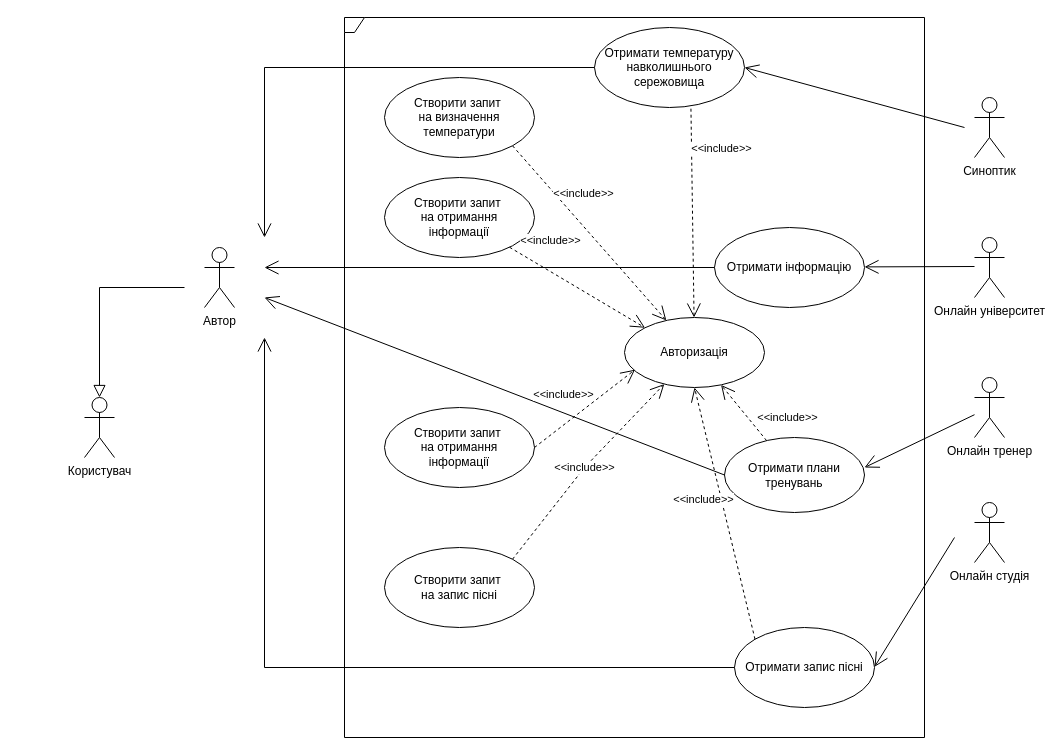
Before: 1.3-SoftwareUserRequirements/1.3.3-UseCaseDiagram/UseCase.drawio in oleksandrblazhko/ai204-kuminov, a draw.io diagram. Source tidied: cells renumbered, new cells numbered last; positions are measured from the earlier drawing's top-left corner, leaving out a move shared by most shapes. Both pictures are drawn from the tidied source at 100%, with x=0, y=0 at pixel (84, 17).
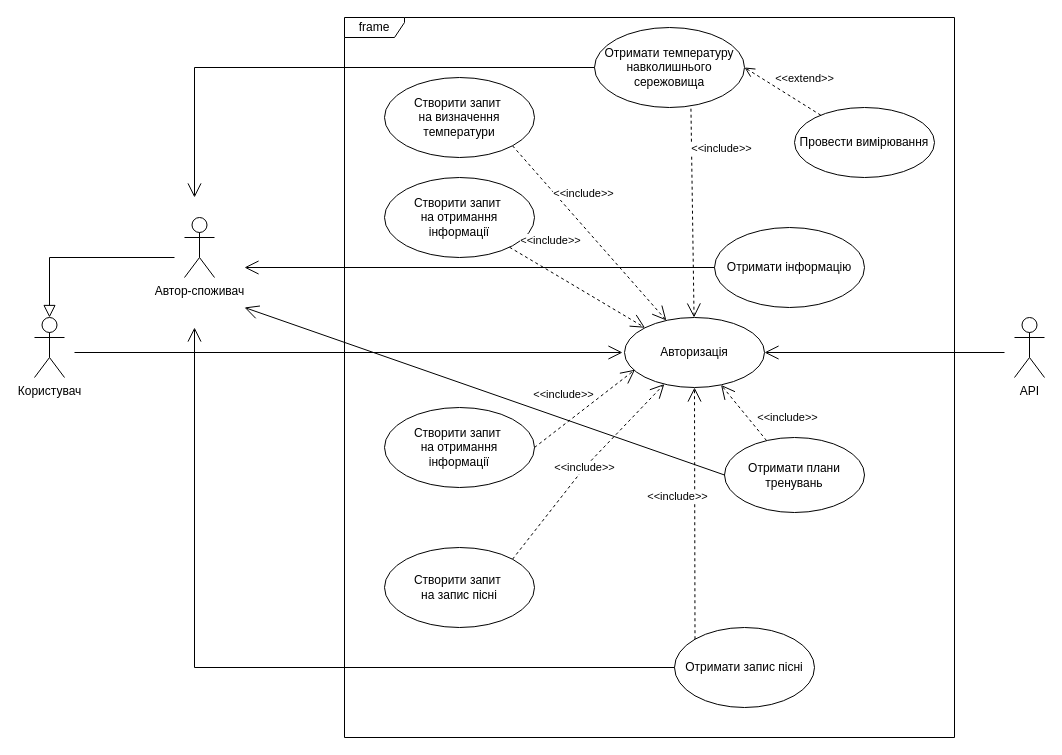
The same diagram, later.

Unchanged cells that the change refers to:
```xml
<mxCell id="5" value="Отримати температуру&lt;br&gt;навколишнього сережовища" style="ellipse;whiteSpace=wrap;html=1;" parent="1" vertex="1">
  <mxGeometry x="510" y="10" width="150" height="80" as="geometry" />
</mxCell>
<mxCell id="6" value="Авторизація" style="ellipse;whiteSpace=wrap;html=1;" parent="1" vertex="1">
  <mxGeometry x="540" y="300" width="140" height="70" as="geometry" />
</mxCell>
<mxCell id="9" value="Отримати плани тренувань" style="ellipse;whiteSpace=wrap;html=1;" parent="1" vertex="1">
  <mxGeometry x="640" y="420" width="140" height="75" as="geometry" />
</mxCell>
<mxCell id="13" value="Отримати інформацію" style="ellipse;whiteSpace=wrap;html=1;" parent="1" vertex="1">
  <mxGeometry x="630" y="210" width="150" height="80" as="geometry" />
</mxCell>
```

The edit, as a diff of the source:
```diff
@@
-    <mxCell id="2" style="shape=umlFrame;whiteSpace=wrap;html=1;width=20;height=15;" parent="1" vertex="1">
-      <mxGeometry x="260" width="580" height="720" as="geometry" />
+    <mxCell id="2" value="frame" style="shape=umlFrame;whiteSpace=wrap;html=1;width=60;height=20;" parent="1" vertex="1">
+      <mxGeometry x="260" width="610" height="720" as="geometry" />
     </mxCell>
     <mxCell id="3" style="endArrow=block;endSize=10;endFill=0;shadow=0;strokeWidth=1;rounded=0;edgeStyle=elbowEdgeStyle;elbow=vertical;entryX=0.5;entryY=0;entryDx=0;entryDy=0;entryPerimeter=0;" parent="1" edge="1" target="7">
       <mxGeometry relative="1" as="geometry">
-        <mxPoint x="100" y="270" as="sourcePoint" />
+        <mxPoint x="90" y="240" as="sourcePoint" />
         <Array as="points">
-          <mxPoint x="60" y="270" />
+          <mxPoint x="30" y="240" />
           <mxPoint x="150" y="290" />
         </Array>
       </mxGeometry>
     </mxCell>
-    <mxCell id="4" value="Онлайн університет" style="shape=umlActor;verticalLabelPosition=bottom;verticalAlign=top;html=1;" parent="1" vertex="1">
-      <mxGeometry x="890" y="220" width="30" height="60" as="geometry" />
-    </mxCell>
@@
     <mxCell id="7" value="Користувач" style="shape=umlActor;verticalLabelPosition=bottom;verticalAlign=top;html=1;" parent="1" vertex="1">
-      <mxGeometry y="380" width="30" height="60" as="geometry" />
+      <mxGeometry x="-50" y="300" width="30" height="60" as="geometry" />
     </mxCell>
-    <mxCell id="8" value="Автор" style="shape=umlActor;verticalLabelPosition=bottom;verticalAlign=top;html=1;" parent="1" vertex="1">
-      <mxGeometry x="120" y="230" width="30" height="60" as="geometry" />
+    <mxCell id="8" value="Автор-споживач" style="shape=umlActor;verticalLabelPosition=bottom;verticalAlign=top;html=1;" parent="1" vertex="1">
+      <mxGeometry x="100" y="200" width="30" height="60" as="geometry" />
     </mxCell>
@@
     <mxCell id="10" style="endArrow=open;endFill=1;endSize=12;html=1;rounded=0;exitX=0;exitY=0.5;exitDx=0;exitDy=0;" parent="1" edge="1" source="5">
       <mxGeometry relative="1" as="geometry">
-        <mxPoint x="180" y="220" as="targetPoint" />
+        <mxPoint x="110" y="180" as="targetPoint" />
         <Array as="points">
-          <mxPoint x="180" y="50" />
+          <mxPoint x="110" y="50" />
         </Array>
       </mxGeometry>
     </mxCell>
-    <mxCell id="11" style="endArrow=open;endFill=1;endSize=12;html=1;rounded=0;entryX=1;entryY=0.5;entryDx=0;entryDy=0;" parent="1" edge="1" target="5">
-      <mxGeometry relative="1" as="geometry">
-        <mxPoint x="880" y="110" as="sourcePoint" />
-      </mxGeometry>
-    </mxCell>
@@
     <mxCell id="14" value="Отримати запис пісні" style="ellipse;whiteSpace=wrap;html=1;" parent="1" vertex="1">
-      <mxGeometry x="650" y="610" width="140" height="80" as="geometry" />
+      <mxGeometry x="590" y="610" width="140" height="80" as="geometry" />
     </mxCell>
@@
     <mxCell id="17" style="endArrow=open;endFill=1;endSize=12;html=1;rounded=0;exitX=0;exitY=0.5;exitDx=0;exitDy=0;" parent="1" edge="1" source="13">
       <mxGeometry relative="1" as="geometry">
-        <mxPoint x="180" y="250" as="targetPoint" />
+        <mxPoint x="160" y="250" as="targetPoint" />
       </mxGeometry>
     </mxCell>
     <mxCell id="18" style="endArrow=open;endFill=1;endSize=12;html=1;rounded=0;exitX=0;exitY=0.5;exitDx=0;exitDy=0;" parent="1" edge="1" source="9">
       <mxGeometry relative="1" as="geometry">
-        <mxPoint x="180" y="280" as="targetPoint" />
+        <mxPoint x="160" y="290" as="targetPoint" />
       </mxGeometry>
     </mxCell>
     <mxCell id="19" style="endArrow=open;endFill=1;endSize=12;html=1;rounded=0;exitX=0;exitY=0.5;exitDx=0;exitDy=0;" parent="1" edge="1" source="14">
       <mxGeometry relative="1" as="geometry">
-        <mxPoint x="180" y="320" as="targetPoint" />
+        <mxPoint x="110" y="310" as="targetPoint" />
         <Array as="points">
-          <mxPoint x="180" y="650" />
+          <mxPoint x="110" y="650" />
         </Array>
       </mxGeometry>
     </mxCell>
-    <mxCell id="20" value="Синоптик" style="shape=umlActor;verticalLabelPosition=bottom;verticalAlign=top;html=1;" parent="1" vertex="1">
-      <mxGeometry x="890" y="80" width="30" height="60" as="geometry" />
-    </mxCell>
-    <mxCell id="21" style="endArrow=open;endFill=1;endSize=12;html=1;rounded=0;entryX=1;entryY=0.5;entryDx=0;entryDy=0;" parent="1" edge="1">
-      <mxGeometry relative="1" as="geometry">
-        <mxPoint x="890" y="249" as="sourcePoint" />
-        <mxPoint x="780" y="249.4" as="targetPoint" />
-      </mxGeometry>
-    </mxCell>
-    <mxCell id="22" value="Онлайн тренер" style="shape=umlActor;verticalLabelPosition=bottom;verticalAlign=top;html=1;" parent="1" vertex="1">
-      <mxGeometry x="890" y="360" width="30" height="60" as="geometry" />
-    </mxCell>
-    <mxCell id="23" style="endArrow=open;endFill=1;endSize=12;html=1;rounded=0;entryX=1;entryY=0.5;entryDx=0;entryDy=0;" parent="1" edge="1">
-      <mxGeometry relative="1" as="geometry">
-        <mxPoint x="870" y="520" as="sourcePoint" />
-        <mxPoint x="790" y="649.4" as="targetPoint" />
-      </mxGeometry>
-    </mxCell>
-    <mxCell id="24" value="Онлайн студія" style="shape=umlActor;verticalLabelPosition=bottom;verticalAlign=top;html=1;" parent="1" vertex="1">
-      <mxGeometry x="890" y="485" width="30" height="60" as="geometry" />
-    </mxCell>
-    <mxCell id="25" style="endArrow=open;endFill=1;endSize=12;html=1;rounded=0;entryX=1;entryY=0.5;entryDx=0;entryDy=0;" parent="1" edge="1" source="22">
-      <mxGeometry relative="1" as="geometry">
-        <mxPoint x="780" y="450" as="targetPoint" />
-      </mxGeometry>
-    </mxCell>
@@
+    <mxCell id="34" style="endArrow=open;endFill=1;endSize=12;html=1;rounded=0;" parent="1" edge="1">
+      <mxGeometry relative="1" as="geometry">
+        <mxPoint x="-10" y="335" as="sourcePoint" />
+        <mxPoint x="538" y="335" as="targetPoint" />
+      </mxGeometry>
+    </mxCell>
+    <mxCell id="35" value="АРІ" style="shape=umlActor;verticalLabelPosition=bottom;verticalAlign=top;html=1;" parent="1" vertex="1">
+      <mxGeometry x="930" y="300" width="30" height="60" as="geometry" />
+    </mxCell>
+    <mxCell id="36" style="endArrow=open;endFill=1;endSize=12;html=1;rounded=0;" parent="1" edge="1" target="6">
+      <mxGeometry relative="1" as="geometry">
+        <mxPoint x="920" y="335" as="sourcePoint" />
+      </mxGeometry>
+    </mxCell>
+    <mxCell id="37" value="Провести вимірювання" style="ellipse;whiteSpace=wrap;html=1;" parent="1" vertex="1">
+      <mxGeometry x="710" y="90" width="140" height="70" as="geometry" />
+    </mxCell>
+    <mxCell id="38" value="&amp;lt;&amp;lt;extend&amp;gt;&amp;gt;" style="html=1;verticalAlign=bottom;endArrow=open;dashed=1;endSize=8;rounded=0;entryX=1;entryY=0.5;entryDx=0;entryDy=0;" parent="1" edge="1" source="37" target="5">
+      <mxGeometry x="-0.37" y="-15" relative="1" as="geometry" />
+    </mxCell>
```
